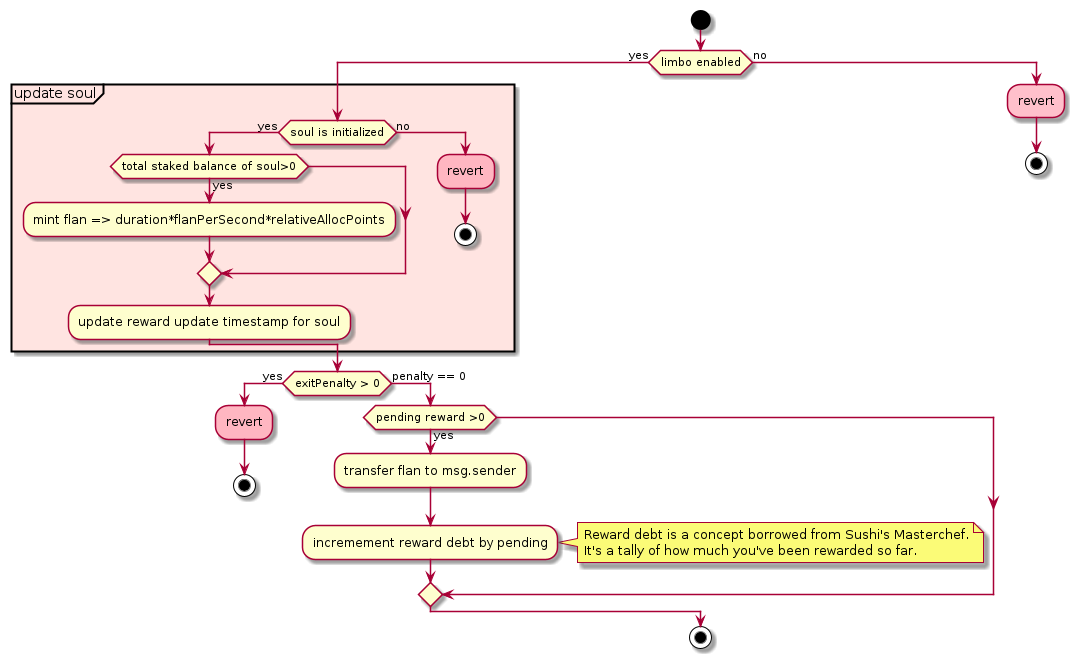
Before: documentation/diagrams/Limbo/claimReward.png, a diagram exported from PlantUML (Behodler/limbo).
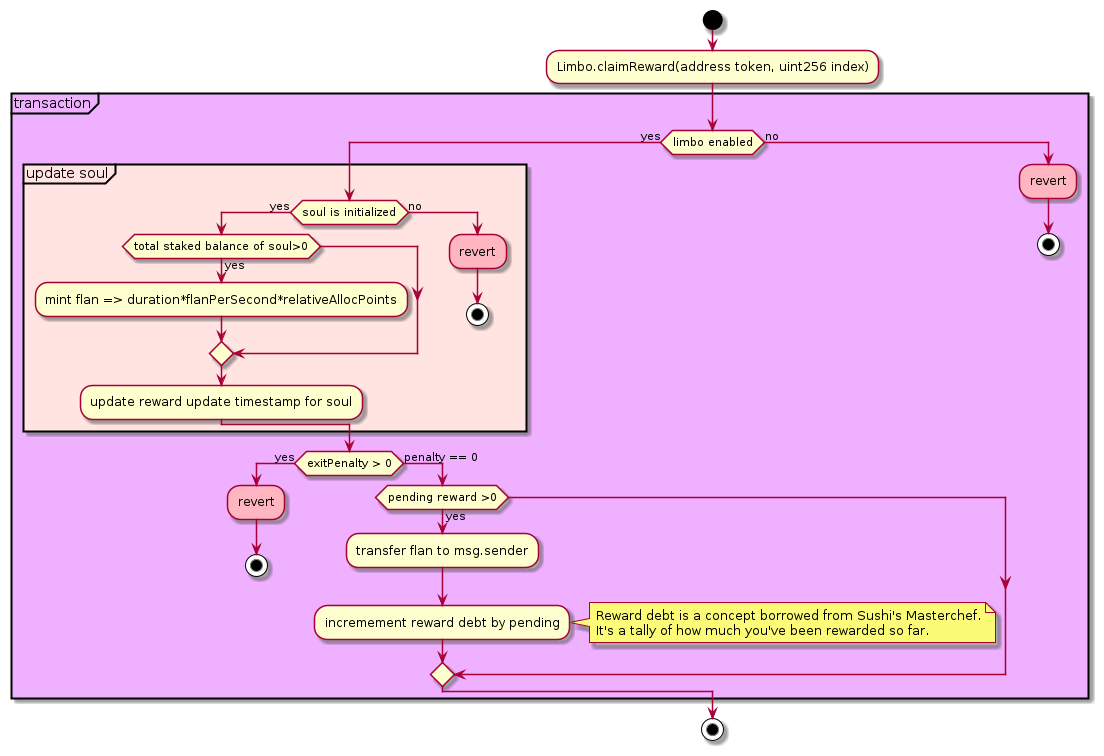
The same file after the commit.

What changed in the source:
```diff
@@ -1,5 +1,8 @@
 @startuml
+!define yoghurt #eeb0ff
 start
+:Limbo.claimReward(address token, uint256 index);
+partition yoghurt "transaction"{
 if(limbo enabled) then (yes)
     partition #MistyRose "update soul"{
         if(soul is initialized) then (yes)
@@ -26,8 +29,9 @@
         endif
     endif
 else (no)
-    #pink:revert;
+    #lightpink:revert;
     stop
 endif
+}
 stop
 @enduml
```
